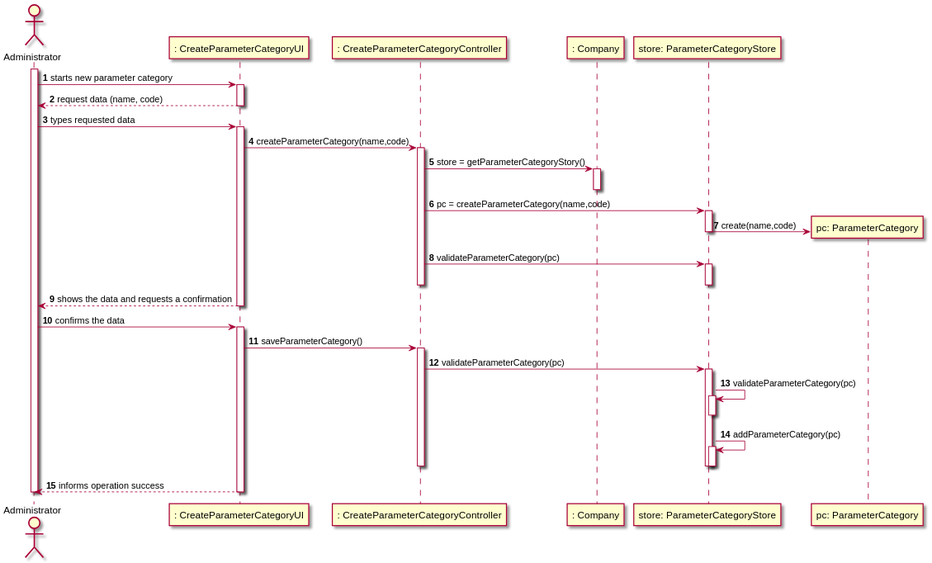
Before: docs/SprintB/US11/US11-SD.svg, a diagram exported from PlantUML (manu-07-ela/LAPR2_ISEP).
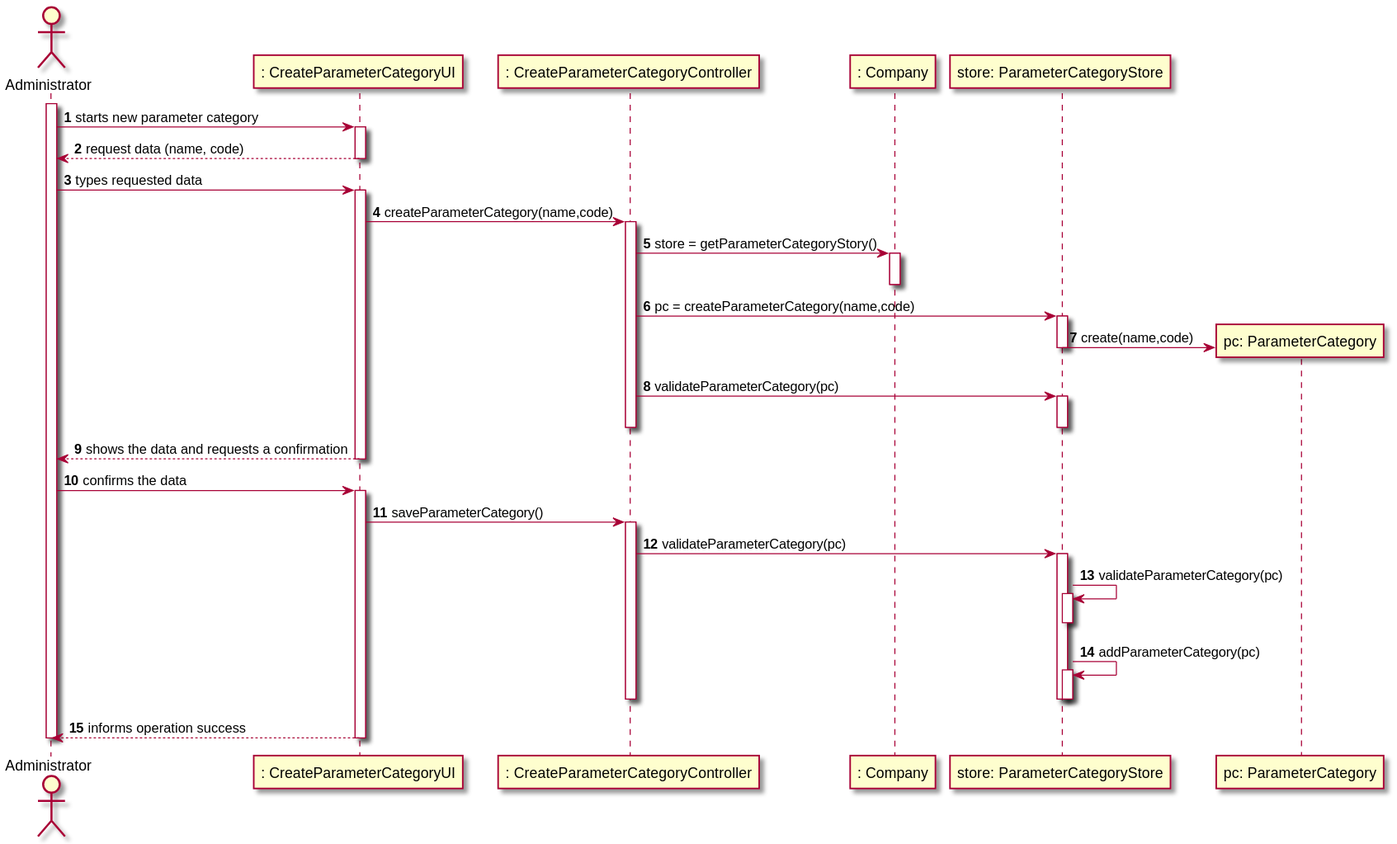
The same diagram one commit later.

Change to the diagram source:
```diff
@@ -26,6 +26,10 @@
 str -> Cat** : create(name,code)
 deactivate str
 
+
+deactivate Cat
+deactivate Cat
+
 CTRL -> str : validateParameterCategory(pc)
 activate str
 deactivate str
```
